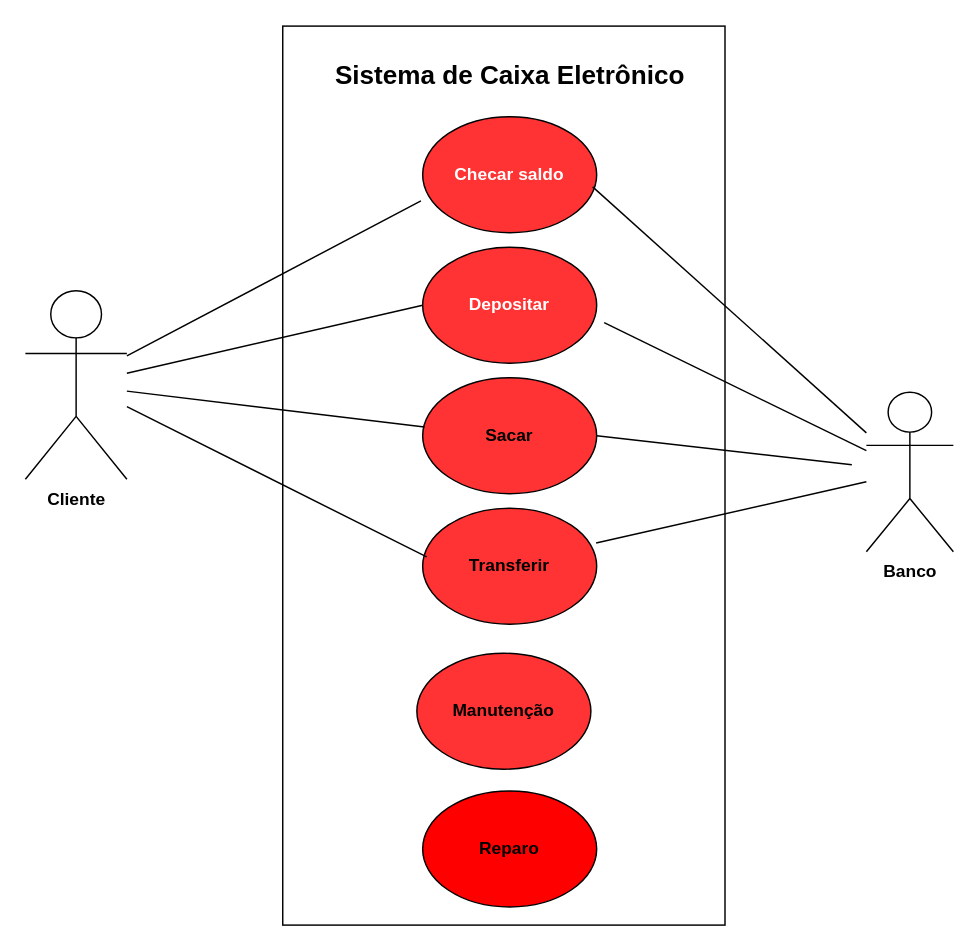
lucassead/diagramasderequisitos keeps this draw.io diagram as page "Página-2" (2 of 2) of Diagrama sem nome.drawio. Above is the earlier version. Source tidied: cells renumbered, new cells numbered last; positions are measured from the earlier drawing's top-left corner, leaving out a move shared by most shapes. Both pictures are drawn from the tidied source at 145%, with x=0, y=0 at pixel (25, 44).
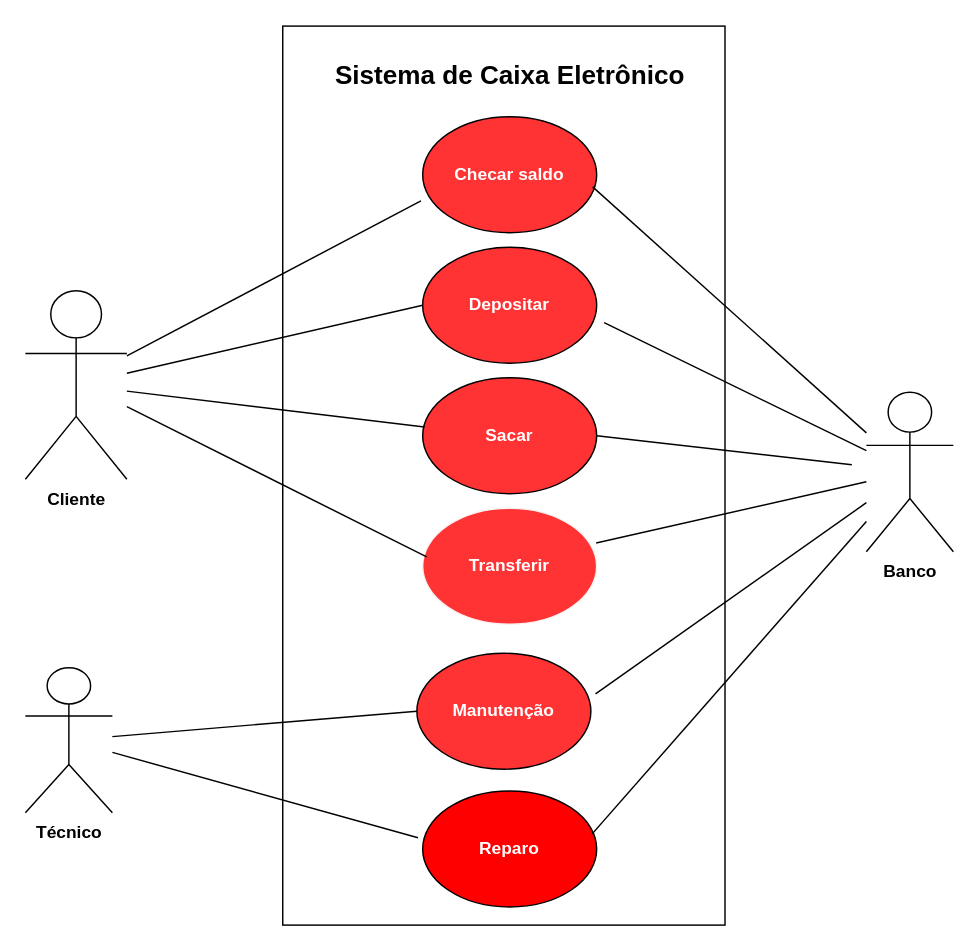
After the change.

Unchanged cells that the change refers to:
```xml
<mxCell id="13" value="&lt;b&gt;Banco&lt;/b&gt;" style="shape=umlActor;verticalLabelPosition=bottom;verticalAlign=top;html=1;outlineConnect=0;" parent="1" vertex="1">
  <mxGeometry x="580" y="240" width="60" height="110" as="geometry" />
</mxCell>
```

Change to the diagram source:
```diff
@@
-    <mxCell id="6" value="&lt;b&gt;Sacar&lt;/b&gt;" style="ellipse;whiteSpace=wrap;html=1;fillColor=light-dark(#FF3333,var(--ge-dark-color, #121212));" parent="1" vertex="1">
+    <mxCell id="6" value="&lt;b&gt;&lt;font style=&quot;color: rgb(255, 255, 255);&quot;&gt;Sacar&lt;/font&gt;&lt;/b&gt;" style="ellipse;whiteSpace=wrap;html=1;fillColor=light-dark(#FF3333,var(--ge-dark-color, #121212));" parent="1" vertex="1">
       <mxGeometry x="274" y="230" width="120" height="80" as="geometry" />
     </mxCell>
-    <mxCell id="7" value="&lt;b&gt;Transferir&lt;/b&gt;" style="ellipse;whiteSpace=wrap;html=1;fillColor=light-dark(#FF3333,var(--ge-dark-color, #121212));" parent="1" vertex="1">
+    <mxCell id="7" value="&lt;b&gt;&lt;font style=&quot;color: rgb(255, 255, 255);&quot;&gt;Transferir&lt;/font&gt;&lt;/b&gt;" style="ellipse;whiteSpace=wrap;html=1;fillColor=light-dark(#FF3333,var(--ge-dark-color, #121212));strokeColor=light-dark(#f9f1f1, #ededed);" parent="1" vertex="1">
       <mxGeometry x="274" y="320" width="120" height="80" as="geometry" />
     </mxCell>
@@
-    <mxCell id="18" value="&lt;b&gt;Manutenção&lt;/b&gt;" style="ellipse;whiteSpace=wrap;html=1;fillColor=light-dark(#FF3333,var(--ge-dark-color, #121212));" parent="1" vertex="1">
+    <mxCell id="18" value="&lt;b&gt;&lt;font style=&quot;color: rgb(255, 255, 255);&quot;&gt;Manutenção&lt;/font&gt;&lt;/b&gt;" style="ellipse;whiteSpace=wrap;html=1;fillColor=light-dark(#FF3333,var(--ge-dark-color, #121212));" parent="1" vertex="1">
       <mxGeometry x="270" y="420" width="120" height="80" as="geometry" />
     </mxCell>
-    <mxCell id="19" value="&lt;b&gt;Reparo&lt;/b&gt;" style="ellipse;whiteSpace=wrap;html=1;fillColor=light-dark(#FF0000,var(--ge-dark-color, #121212));" parent="1" vertex="1">
+    <mxCell id="19" value="&lt;b&gt;&lt;font style=&quot;color: rgb(255, 255, 255);&quot;&gt;Reparo&lt;/font&gt;&lt;/b&gt;" style="ellipse;whiteSpace=wrap;html=1;fillColor=light-dark(#FF0000,var(--ge-dark-color, #121212));" parent="1" vertex="1">
       <mxGeometry x="274" y="515" width="120" height="80" as="geometry" />
     </mxCell>
+    <mxCell id="20" style="endArrow=none;html=1;rounded=0;exitX=1.027;exitY=0.35;exitDx=0;exitDy=0;exitPerimeter=0;" parent="1" edge="1" source="18" target="13">
+      <mxGeometry relative="1" as="geometry" />
+    </mxCell>
+    <mxCell id="21" style="endArrow=none;html=1;rounded=0;exitX=0.973;exitY=0.372;exitDx=0;exitDy=0;exitPerimeter=0;" parent="1" edge="1" source="19" target="13">
+      <mxGeometry relative="1" as="geometry" />
+    </mxCell>
+    <mxCell id="22" value="&lt;b&gt;Técnico&lt;/b&gt;&lt;div&gt;&lt;br&gt;&lt;/div&gt;" style="shape=umlActor;verticalLabelPosition=bottom;verticalAlign=top;html=1;outlineConnect=0;" parent="1" vertex="1">
+      <mxGeometry y="430" width="60" height="100" as="geometry" />
+    </mxCell>
+    <mxCell id="23" style="endArrow=none;html=1;rounded=0;entryX=0;entryY=0.5;entryDx=0;entryDy=0;" parent="1" edge="1" source="22" target="18">
+      <mxGeometry relative="1" as="geometry" />
+    </mxCell>
+    <mxCell id="24" style="endArrow=none;html=1;rounded=0;entryX=-0.027;entryY=0.403;entryDx=0;entryDy=0;entryPerimeter=0;" parent="1" edge="1" source="22" target="19">
+      <mxGeometry relative="1" as="geometry" />
+    </mxCell>
```
